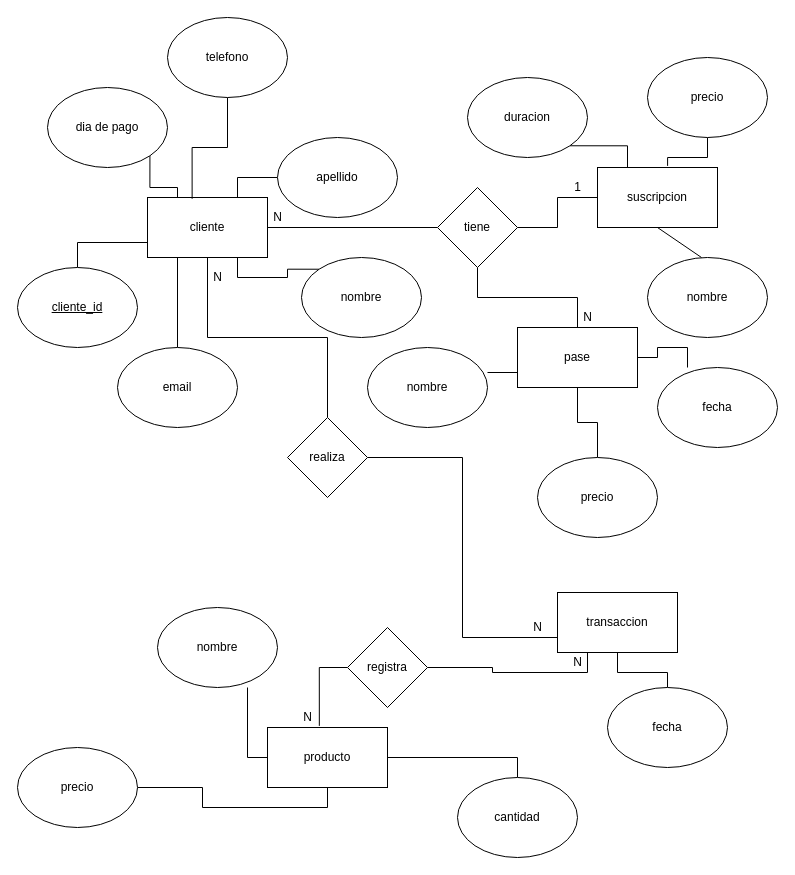
guiamoy/grupo2_base_datos keeps this draw.io diagram as entidad_relacion.drawio. Above is the earlier version. Source tidied: cells renumbered, new cells numbered last; positions are measured from the earlier drawing's top-left corner, leaving out a move shared by most shapes. Both pictures are drawn from the tidied source at 100%, with x=0, y=0 at pixel (17, 17).
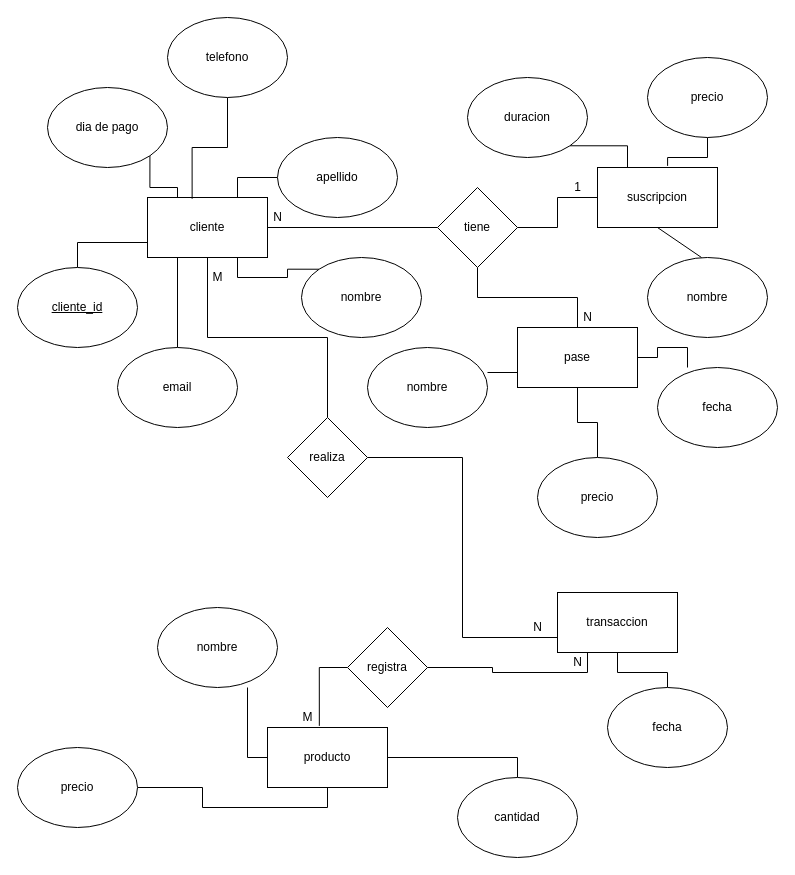
The same diagram, later.

Commit message:
subiendo modelo entidad relacion modificado

What changed in the source:
```diff
@@
-    <mxCell id="52" value="N" style="text;html=1;align=center;verticalAlign=middle;" parent="1" vertex="1">
-      <mxGeometry x="190" y="250" width="20" height="20" as="geometry" />
+    <mxCell id="52" value="M" style="text;html=1;align=center;verticalAlign=middle;" parent="1" vertex="1">
+      <mxGeometry x="185" y="250" width="30" height="20" as="geometry" />
     </mxCell>
@@
-    <mxCell id="54" value="N" style="text;html=1;align=center;verticalAlign=middle;" parent="1" vertex="1">
-      <mxGeometry x="280" y="690" width="20" height="20" as="geometry" />
+    <mxCell id="54" value="M" style="text;html=1;align=center;verticalAlign=middle;" parent="1" vertex="1">
+      <mxGeometry x="275" y="690" width="30" height="20" as="geometry" />
     </mxCell>
```
